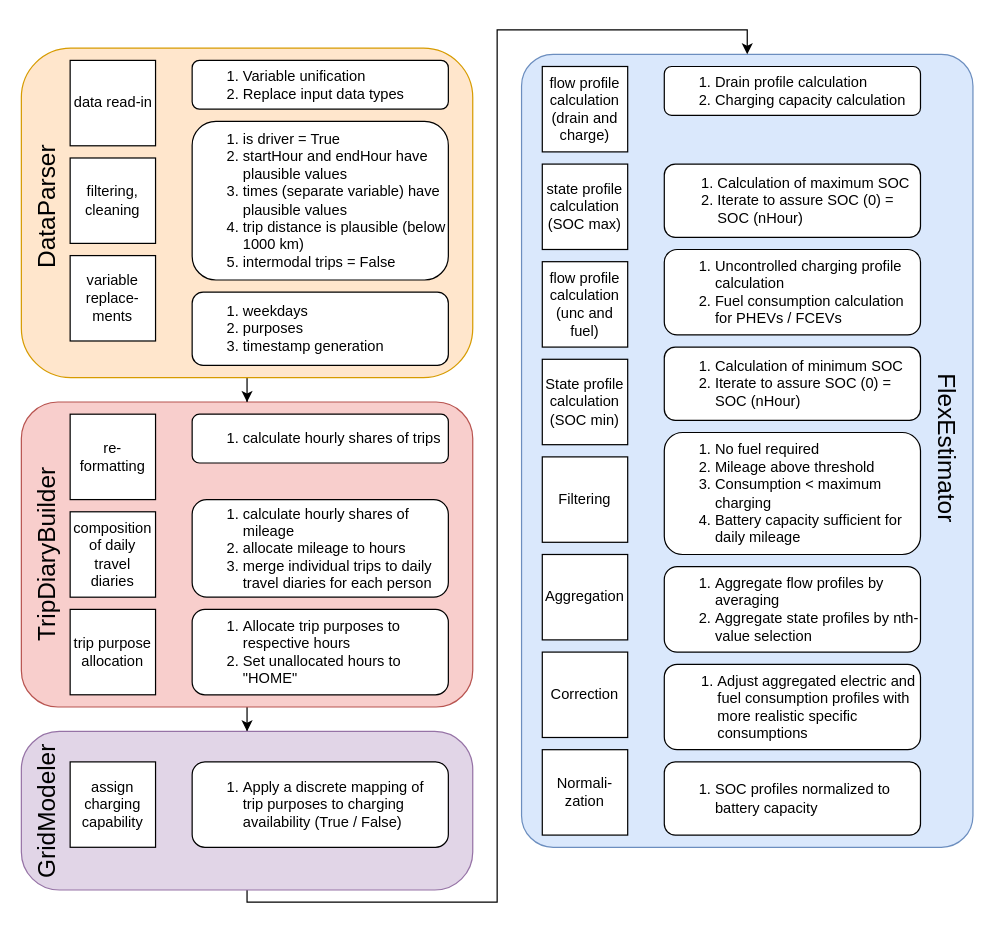
This is source/Schema/vencoPy_schema.drawio from areleu/vencopy, a draw.io file, before an edit. Source tidied: cells renumbered, new cells numbered last; positions are measured from the earlier drawing's top-left corner, leaving out a move shared by most shapes. Both pictures are drawn from the tidied source at 122%, with x=0, y=0 at pixel (-120, 29).
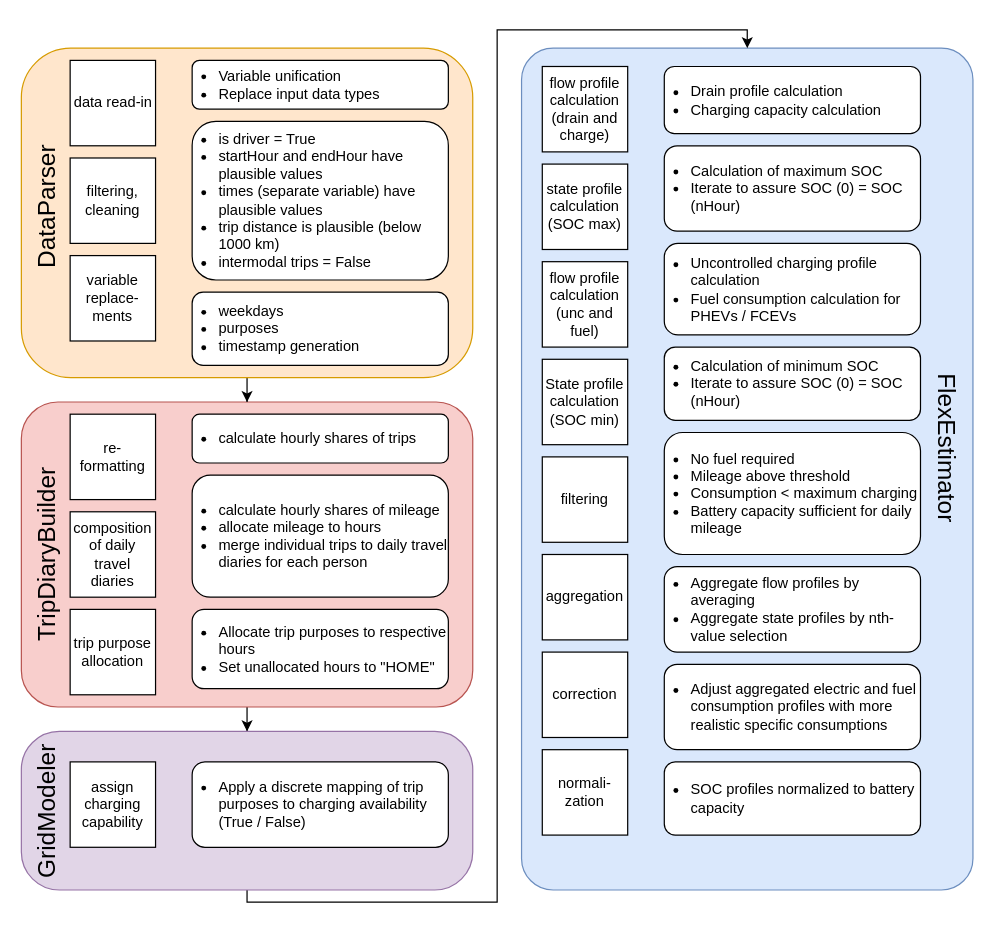
The same page after the edit.

Commit message (it also covers changes not shown here):
Committing new unified and cleaned schema

Change to the diagram source:
```diff
@@
     <mxCell id="2" style="rounded=1;whiteSpace=wrap;html=1;fillColor=#dae8fc;strokeColor=#6c8ebf;arcSize=7;" parent="1" vertex="1">
-      <mxGeometry x="525" y="20" width="370" height="650" as="geometry" />
+      <mxGeometry x="525" y="15" width="370" height="690" as="geometry" />
     </mxCell>
@@
-    <mxCell id="11" value="&lt;div align=&quot;left&quot;&gt;&lt;ol&gt;&lt;li&gt;is driver = True&lt;/li&gt;&lt;li&gt;startHour and endHour have plausible values&lt;/li&gt;&lt;li&gt;times (separate variable) have plausible values&lt;/li&gt;&lt;li&gt;trip distance is plausible (below 1000 km)&lt;/li&gt;&lt;li&gt;intermodal trips = False&lt;/li&gt;&lt;/ol&gt;&lt;/div&gt;" style="rounded=1;whiteSpace=wrap;html=1;align=left;" parent="1" vertex="1">
+    <mxCell id="11" value="&lt;div align=&quot;left&quot;&gt;&lt;ul&gt;&lt;li&gt;is driver = True&lt;/li&gt;&lt;li&gt;startHour and endHour have plausible values&lt;/li&gt;&lt;li&gt;times (separate variable) have plausible values&lt;/li&gt;&lt;li&gt;trip distance is plausible (below 1000 km)&lt;/li&gt;&lt;li&gt;intermodal trips = False&lt;/li&gt;&lt;/ul&gt;&lt;/div&gt;" style="rounded=1;whiteSpace=wrap;html=1;align=left;spacing=2;spacingLeft=-20;" parent="1" vertex="1">
       <mxGeometry x="255" y="75" width="210" height="130" as="geometry" />
     </mxCell>
-    <mxCell id="12" value="&lt;ol&gt;&lt;li&gt;Variable unification&lt;/li&gt;&lt;li&gt;Replace input data types&lt;br&gt;&lt;/li&gt;&lt;/ol&gt;" style="rounded=1;whiteSpace=wrap;html=1;align=left;" parent="1" vertex="1">
+    <mxCell id="12" value="&lt;ul&gt;&lt;li&gt;Variable unification&lt;/li&gt;&lt;li&gt;Replace input data types&lt;br&gt;&lt;/li&gt;&lt;/ul&gt;" style="rounded=1;whiteSpace=wrap;html=1;align=left;spacingLeft=-20;" parent="1" vertex="1">
       <mxGeometry x="255" y="25" width="210" height="40" as="geometry" />
     </mxCell>
-    <mxCell id="13" value="&lt;ol&gt;&lt;li&gt;weekdays&lt;/li&gt;&lt;li&gt;purposes&lt;/li&gt;&lt;li&gt;timestamp generation&lt;br&gt;&lt;/li&gt;&lt;/ol&gt;" style="rounded=1;whiteSpace=wrap;html=1;align=left;" parent="1" vertex="1">
+    <mxCell id="13" value="&lt;ul&gt;&lt;li&gt;weekdays&lt;/li&gt;&lt;li&gt;purposes&lt;/li&gt;&lt;li&gt;timestamp generation&lt;br&gt;&lt;/li&gt;&lt;/ul&gt;" style="rounded=1;whiteSpace=wrap;html=1;align=left;spacing=2;spacingLeft=-20;" parent="1" vertex="1">
       <mxGeometry x="255" y="215" width="210" height="60" as="geometry" />
     </mxCell>
@@
-    <mxCell id="15" value="&lt;ol&gt;&lt;li&gt;calculate hourly shares of trips&lt;br&gt;&lt;/li&gt;&lt;/ol&gt;" style="rounded=1;whiteSpace=wrap;html=1;align=left;spacingRight=2;" parent="1" vertex="1">
+    <mxCell id="15" value="&lt;ul&gt;&lt;li&gt;calculate hourly shares of trips&lt;br&gt;&lt;/li&gt;&lt;/ul&gt;" style="rounded=1;whiteSpace=wrap;html=1;align=left;spacingRight=2;spacing=2;spacingLeft=-20;" parent="1" vertex="1">
       <mxGeometry x="255" y="315" width="210" height="40" as="geometry" />
     </mxCell>
-    <mxCell id="16" value="&lt;ol&gt;&lt;li&gt;calculate hourly shares of mileage&lt;br&gt;&lt;/li&gt;&lt;li&gt;allocate mileage to hours&lt;/li&gt;&lt;li&gt;merge individual trips to daily travel diaries for each person&lt;br&gt;&lt;/li&gt;&lt;/ol&gt;" style="rounded=1;whiteSpace=wrap;html=1;align=left;" parent="1" vertex="1">
-      <mxGeometry x="255" y="385" width="210" height="80" as="geometry" />
+    <mxCell id="16" value="&lt;ul&gt;&lt;li&gt;calculate hourly shares of mileage&lt;br&gt;&lt;/li&gt;&lt;li&gt;allocate mileage to hours&lt;/li&gt;&lt;li&gt;merge individual trips to daily travel diaries for each person&lt;br&gt;&lt;/li&gt;&lt;/ul&gt;" style="rounded=1;whiteSpace=wrap;html=1;align=left;spacing=2;spacingLeft=-20;" parent="1" vertex="1">
+      <mxGeometry x="255" y="365" width="210" height="100" as="geometry" />
     </mxCell>
@@
-    <mxCell id="20" value="&lt;ol&gt;&lt;li&gt;Allocate trip purposes to respective hours&lt;/li&gt;&lt;li&gt;Set unallocated hours to &quot;HOME&quot;&lt;br&gt;&lt;/li&gt;&lt;/ol&gt;" style="rounded=1;whiteSpace=wrap;html=1;align=left;" parent="1" vertex="1">
-      <mxGeometry x="255" y="475" width="210" height="70" as="geometry" />
-    </mxCell>
@@
-    <mxCell id="24" value="&lt;ol&gt;&lt;li&gt;Apply a discrete mapping of trip purposes to charging availability (True / False)&lt;br&gt;&lt;/li&gt;&lt;/ol&gt;" style="rounded=1;whiteSpace=wrap;html=1;align=left;spacingRight=2;" parent="1" vertex="1">
+    <mxCell id="24" value="&lt;ul&gt;&lt;li&gt;Apply a discrete mapping of trip purposes to charging availability (True / False)&lt;br&gt;&lt;/li&gt;&lt;/ul&gt;" style="rounded=1;whiteSpace=wrap;html=1;align=left;spacingRight=2;spacingLeft=-20;" parent="1" vertex="1">
       <mxGeometry x="255" y="600" width="210" height="70" as="geometry" />
     </mxCell>
@@
-    <mxCell id="28" value="&lt;ol&gt;&lt;li&gt;Drain profile calculation&lt;/li&gt;&lt;li&gt;Charging capacity calculation&lt;br&gt;&lt;/li&gt;&lt;/ol&gt;" style="rounded=1;whiteSpace=wrap;html=1;align=left;spacingRight=2;" parent="1" vertex="1">
-      <mxGeometry x="642" y="30" width="210" height="40" as="geometry" />
+    <mxCell id="28" value="&lt;ul&gt;&lt;li&gt;Drain profile calculation&lt;/li&gt;&lt;li&gt;Charging capacity calculation&lt;br&gt;&lt;/li&gt;&lt;/ul&gt;" style="rounded=1;whiteSpace=wrap;html=1;align=left;spacingRight=2;spacingLeft=-20;" parent="1" vertex="1">
+      <mxGeometry x="642" y="30" width="210" height="55" as="geometry" />
     </mxCell>
-    <mxCell id="29" value="&lt;ol&gt;&lt;li&gt;Calculation of maximum SOC &lt;br&gt;&lt;/li&gt;&lt;li&gt;Iterate to assure SOC (0) = SOC (nHour)&lt;br&gt;&lt;/li&gt;&lt;/ol&gt;" style="rounded=1;whiteSpace=wrap;html=1;align=left;spacingLeft=2;spacingRight=2;" parent="1" vertex="1">
-      <mxGeometry x="642" y="110" width="210" height="60" as="geometry" />
+    <mxCell id="29" value="&lt;ul&gt;&lt;li&gt;Calculation of maximum SOC &lt;br&gt;&lt;/li&gt;&lt;li&gt;Iterate to assure SOC (0) = SOC (nHour)&lt;br&gt;&lt;/li&gt;&lt;/ul&gt;" style="rounded=1;whiteSpace=wrap;html=1;align=left;spacingLeft=-20;spacingRight=2;" parent="1" vertex="1">
+      <mxGeometry x="642" y="95" width="210" height="70" as="geometry" />
     </mxCell>
@@
-    <mxCell id="31" value="&lt;ol&gt;&lt;li&gt;Uncontrolled charging profile calculation&lt;/li&gt;&lt;li&gt;Fuel consumption calculation for PHEVs / FCEVs&lt;br&gt;&lt;/li&gt;&lt;/ol&gt;" style="rounded=1;whiteSpace=wrap;html=1;align=left;" parent="1" vertex="1">
-      <mxGeometry x="642" y="180" width="210" height="70" as="geometry" />
+    <mxCell id="31" value="&lt;ul&gt;&lt;li&gt;Uncontrolled charging profile calculation&lt;/li&gt;&lt;li&gt;Fuel consumption calculation for PHEVs / FCEVs&lt;br&gt;&lt;/li&gt;&lt;/ul&gt;" style="rounded=1;whiteSpace=wrap;html=1;align=left;spacingLeft=-20;" parent="1" vertex="1">
+      <mxGeometry x="642" y="175" width="210" height="75" as="geometry" />
     </mxCell>
@@
-    <mxCell id="33" value="&lt;ol&gt;&lt;li&gt;Calculation of minimum SOC &lt;br&gt;&lt;/li&gt;&lt;li&gt;Iterate to assure SOC (0) = SOC (nHour)&lt;br&gt;&lt;/li&gt;&lt;/ol&gt;" style="rounded=1;whiteSpace=wrap;html=1;align=left;" parent="1" vertex="1">
+    <mxCell id="33" value="&lt;ul&gt;&lt;li&gt;Calculation of minimum SOC &lt;br&gt;&lt;/li&gt;&lt;li&gt;Iterate to assure SOC (0) = SOC (nHour)&lt;br&gt;&lt;/li&gt;&lt;/ul&gt;" style="rounded=1;whiteSpace=wrap;html=1;align=left;spacingLeft=-20;" parent="1" vertex="1">
       <mxGeometry x="642" y="260" width="210" height="60" as="geometry" />
     </mxCell>
-    <mxCell id="34" value="Filtering" style="whiteSpace=wrap;html=1;" parent="1" vertex="1">
+    <mxCell id="34" value="filtering" style="whiteSpace=wrap;html=1;" parent="1" vertex="1">
       <mxGeometry x="542" y="350" width="70" height="70" as="geometry" />
     </mxCell>
-    <mxCell id="35" value="&lt;ol&gt;&lt;li&gt;No fuel required&lt;/li&gt;&lt;li&gt;Mileage above threshold&lt;/li&gt;&lt;li&gt;Consumption &amp;lt; maximum charging&lt;/li&gt;&lt;li&gt;Battery capacity sufficient for daily mileage&lt;br&gt;&lt;/li&gt;&lt;/ol&gt;" style="rounded=1;whiteSpace=wrap;html=1;align=left;" parent="1" vertex="1">
+    <mxCell id="35" value="&lt;ul&gt;&lt;li&gt;No fuel required&lt;/li&gt;&lt;li&gt;Mileage above threshold&lt;/li&gt;&lt;li&gt;Consumption &amp;lt; maximum charging&lt;/li&gt;&lt;li&gt;Battery capacity sufficient for daily mileage&lt;br&gt;&lt;/li&gt;&lt;/ul&gt;" style="rounded=1;whiteSpace=wrap;html=1;align=left;spacingLeft=-20;" parent="1" vertex="1">
       <mxGeometry x="642" y="330" width="210" height="100" as="geometry" />
     </mxCell>
-    <mxCell id="36" value="Aggregation" style="whiteSpace=wrap;html=1;" parent="1" vertex="1">
+    <mxCell id="36" value="aggregation" style="whiteSpace=wrap;html=1;" parent="1" vertex="1">
       <mxGeometry x="542" y="430" width="70" height="70" as="geometry" />
     </mxCell>
-    <mxCell id="37" value="Correction" style="whiteSpace=wrap;html=1;" parent="1" vertex="1">
+    <mxCell id="37" value="correction" style="whiteSpace=wrap;html=1;" parent="1" vertex="1">
       <mxGeometry x="542" y="510" width="70" height="70" as="geometry" />
     </mxCell>
-    <mxCell id="38" value="Normali-zation" style="whiteSpace=wrap;html=1;" parent="1" vertex="1">
+    <mxCell id="38" value="normali-zation" style="whiteSpace=wrap;html=1;" parent="1" vertex="1">
       <mxGeometry x="542" y="590" width="70" height="70" as="geometry" />
     </mxCell>
-    <mxCell id="39" value="&lt;ol&gt;&lt;li&gt;Aggregate flow profiles by averaging&lt;/li&gt;&lt;li&gt;Aggregate state profiles by nth-value selection&lt;br&gt;&lt;/li&gt;&lt;/ol&gt;" style="rounded=1;whiteSpace=wrap;html=1;align=left;" parent="1" vertex="1">
+    <mxCell id="39" value="&lt;ul&gt;&lt;li&gt;Aggregate flow profiles by averaging&lt;/li&gt;&lt;li&gt;Aggregate state profiles by nth-value selection&lt;br&gt;&lt;/li&gt;&lt;/ul&gt;" style="rounded=1;whiteSpace=wrap;html=1;align=left;spacingLeft=-20;" parent="1" vertex="1">
       <mxGeometry x="642" y="440" width="210" height="70" as="geometry" />
     </mxCell>
-    <mxCell id="40" value="&lt;ol&gt;&lt;li&gt;Adjust aggregated electric and fuel consumption profiles with more realistic specific consumptions&lt;br&gt;&lt;/li&gt;&lt;/ol&gt;" style="rounded=1;whiteSpace=wrap;html=1;align=left;spacingLeft=2;spacingRight=2;" parent="1" vertex="1">
+    <mxCell id="40" value="&lt;ul&gt;&lt;li&gt;Adjust aggregated electric and fuel consumption profiles with more realistic specific consumptions&lt;br&gt;&lt;/li&gt;&lt;/ul&gt;" style="rounded=1;whiteSpace=wrap;html=1;align=left;spacingLeft=-20;spacingRight=2;" parent="1" vertex="1">
       <mxGeometry x="642" y="520" width="210" height="70" as="geometry" />
     </mxCell>
-    <mxCell id="41" value="&lt;ol&gt;&lt;li&gt;SOC profiles normalized to battery capacity&lt;/li&gt;&lt;/ol&gt;" style="rounded=1;whiteSpace=wrap;html=1;align=left;" parent="1" vertex="1">
+    <mxCell id="41" value="&lt;ul&gt;&lt;li&gt;SOC profiles normalized to battery capacity&lt;/li&gt;&lt;/ul&gt;" style="rounded=1;whiteSpace=wrap;html=1;align=left;spacingLeft=-20;" parent="1" vertex="1">
       <mxGeometry x="642" y="600" width="210" height="60" as="geometry" />
     </mxCell>
@@
+    <mxCell id="20" value="&lt;ul&gt;&lt;li&gt;Allocate trip purposes to respective hours&lt;/li&gt;&lt;li&gt;Set unallocated hours to &quot;HOME&quot;&lt;/li&gt;&lt;/ul&gt;" style="rounded=1;whiteSpace=wrap;html=1;align=left;spacing=2;spacingLeft=-20;" parent="1" vertex="1">
+      <mxGeometry x="255" y="475" width="210" height="65" as="geometry" />
+    </mxCell>
```
